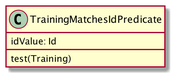
This is docs/images/TrainingMatchesIdPredicate.png from sudogene/tp, a PlantUML export, as it was before one commit. Source of this version:
```plantuml
@startuml

class TrainingMatchesIdPredicate {
idValue: Id
test(Training)
}


@enduml
```
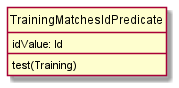
After the change.

Commit message:
Update class diagrams to have no class icon

The edit, as a diff of the source:
```diff
@@ -1,6 +1,7 @@
 @startuml
 
-class TrainingMatchesIdPredicate {
+hide circle
+Class TrainingMatchesIdPredicate {
 idValue: Id
 test(Training)
 }
```
